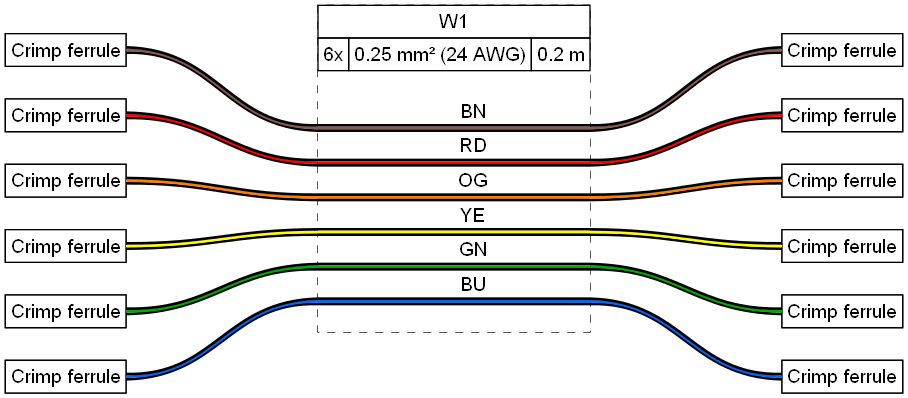
Above: examples/ex04.png in wireviz/WireViz (Graphviz), before the change. Its source is kept beside it as examples/ex04.gv.
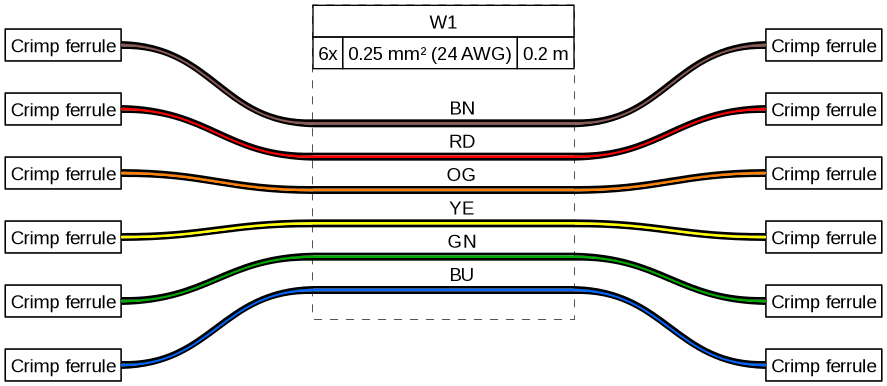
The same diagram one commit later.

Change to the diagram source:
```diff
@@ -195,19 +195,7 @@
      <td align="right"> </td>
     </tr>
     <tr>
-     <td border="0" cellspacing="0" cellpadding="0" colspan="6" height="6" port="w1">
-      <table border="0" cellborder="0" cellspacing="0">
-       <tr>
-        <td bgcolor="#FFFFFF" border="0" cellpadding="0" colspan="6" height="2"></td>
-       </tr>
-       <tr>
-        <td bgcolor="#FFFFFF" border="0" cellpadding="0" colspan="6" height="2"></td>
-       </tr>
-       <tr>
-        <td bgcolor="#FFFFFF" border="0" cellpadding="0" colspan="6" height="2"></td>
-       </tr>
-      </table>
-     </td>
+     <td border="0" cellspacing="0" cellpadding="0" colspan="6" height="6" port="w1"></td>
     </tr>
     <tr>
      <td align="left"> </td>
@@ -218,19 +206,7 @@
      <td align="right"> </td>
     </tr>
     <tr>
-     <td border="0" cellspacing="0" cellpadding="0" colspan="6" height="6" port="w2">
-      <table border="0" cellborder="0" cellspacing="0">
-       <tr>
-        <td bgcolor="#FFFFFF" border="0" cellpadding="0" colspan="6" height="2"></td>
-       </tr>
-       <tr>
-        <td bgcolor="#FFFFFF" border="0" cellpadding="0" colspan="6" height="2"></td>
-       </tr>
-       <tr>
-        <td bgcolor="#FFFFFF" border="0" cellpadding="0" colspan="6" height="2"></td>
-       </tr>
-      </table>
-     </td>
+     <td border="0" cellspacing="0" cellpadding="0" colspan="6" height="6" port="w2"></td>
     </tr>
     <tr>
      <td align="left"> </td>
@@ -241,19 +217,7 @@
      <td align="right"> </td>
     </tr>
     <tr>
-     <td border="0" cellspacing="0" cellpadding="0" colspan="6" height="6" port="w3">
-      <table border="0" cellborder="0" cellspacing="0">
-       <tr>
-        <td bgcolor="#FFFFFF" border="0" cellpadding="0" colspan="6" height="2"></td>
-       </tr>
-       <tr>
-        <td bgcolor="#FFFFFF" border="0" cellpadding="0" colspan="6" height="2"></td>
-       </tr>
-       <tr>
-        <td bgcolor="#FFFFFF" border="0" cellpadding="0" colspan="6" height="2"></td>
-       </tr>
-      </table>
-     </td>
+     <td border="0" cellspacing="0" cellpadding="0" colspan="6" height="6" port="w3"></td>
     </tr>
     <tr>
      <td align="left"> </td>
@@ -264,19 +228,7 @@
      <td align="right"> </td>
     </tr>
     <tr>
-     <td border="0" cellspacing="0" cellpadding="0" colspan="6" height="6" port="w4">
-      <table border="0" cellborder="0" cellspacing="0">
-       <tr>
-        <td bgcolor="#FFFFFF" border="0" cellpadding="0" colspan="6" height="2"></td>
-       </tr>
-       <tr>
-        <td bgcolor="#FFFFFF" border="0" cellpadding="0" colspan="6" height="2"></td>
-       </tr>
-       <tr>
-        <td bgcolor="#FFFFFF" border="0" cellpadding="0" colspan="6" height="2"></td>
-       </tr>
-      </table>
-     </td>
+     <td border="0" cellspacing="0" cellpadding="0" colspan="6" height="6" port="w4"></td>
     </tr>
     <tr>
      <td align="left"> </td>
@@ -287,19 +239,7 @@
      <td align="right"> </td>
     </tr>
     <tr>
-     <td border="0" cellspacing="0" cellpadding="0" colspan="6" height="6" port="w5">
-      <table border="0" cellborder="0" cellspacing="0">
-       <tr>
-        <td bgcolor="#FFFFFF" border="0" cellpadding="0" colspan="6" height="2"></td>
-       </tr>
-       <tr>
-        <td bgcolor="#FFFFFF" border="0" cellpadding="0" colspan="6" height="2"></td>
-       </tr>
-       <tr>
-        <td bgcolor="#FFFFFF" border="0" cellpadding="0" colspan="6" height="2"></td>
-       </tr>
-      </table>
-     </td>
+     <td border="0" cellspacing="0" cellpadding="0" colspan="6" height="6" port="w5"></td>
     </tr>
     <tr>
      <td align="left"> </td>
@@ -310,19 +250,7 @@
      <td align="right"> </td>
     </tr>
     <tr>
-     <td border="0" cellspacing="0" cellpadding="0" colspan="6" height="6" port="w6">
-      <table border="0" cellborder="0" cellspacing="0">
-       <tr>
-        <td bgcolor="#FFFFFF" border="0" cellpadding="0" colspan="6" height="2"></td>
-       </tr>
-       <tr>
-        <td bgcolor="#FFFFFF" border="0" cellpadding="0" colspan="6" height="2"></td>
-       </tr>
-       <tr>
-        <td bgcolor="#FFFFFF" border="0" cellpadding="0" colspan="6" height="2"></td>
-       </tr>
-      </table>
-     </td>
+     <td border="0" cellspacing="0" cellpadding="0" colspan="6" height="6" port="w6"></td>
     </tr>
     <tr>
      <td>&nbsp;</td>
```
